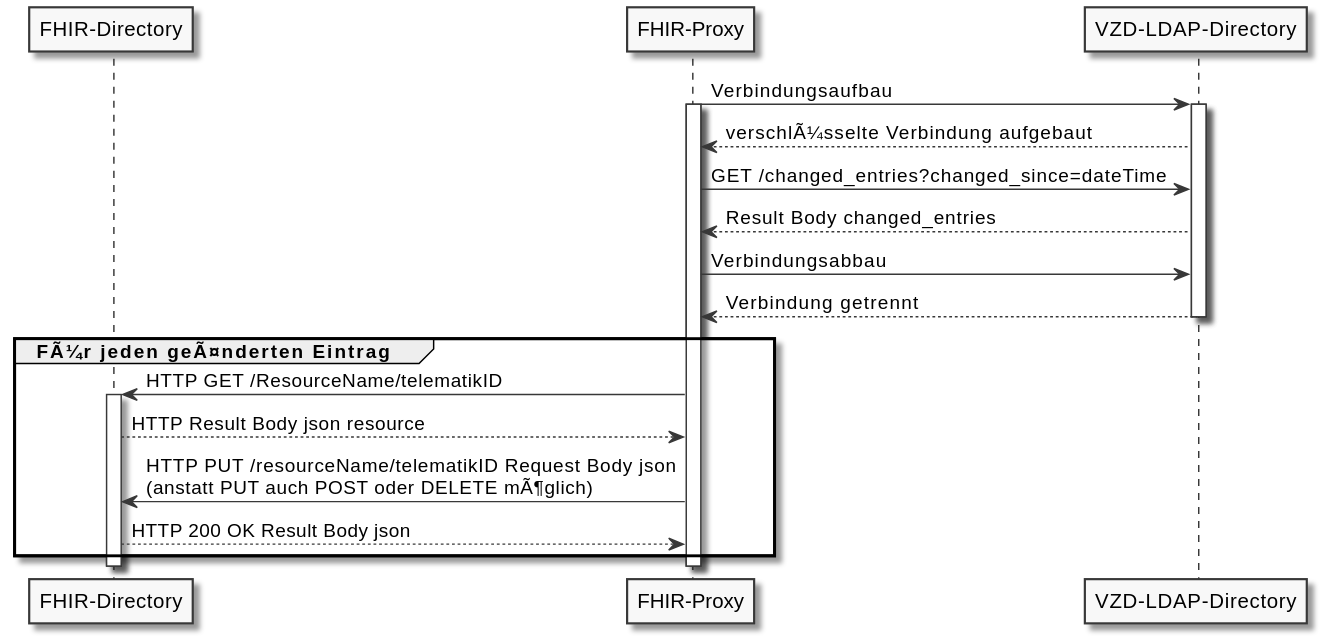
This is images/plantuml/FHIR-Directory, Sequenzdiagram Aktualisierung der Basiseinträge.svg from gematik/api-vzd, a PlantUML export, as it was before one commit. Source of this version:
```plantuml
@startuml
skinparam dpi 100
skinparam WrapWidth 200
skinparam monochrome true

participant fd as "FHIR-Directory"
participant fp as "FHIR-Proxy"
participant ld as "VZD-LDAP-Directory"

fp -> ld: Verbindungsaufbau
activate fp
activate ld
ld --> fp: verschlÃ¼sselte Verbindung aufgebaut
fp -> ld: GET /changed_entries?changed_since=dateTime
ld --> fp: Result Body changed_entries
fp -> ld: Verbindungsabbau
ld --> fp: Verbindung getrennt
deactivate ld
group FÃ¼r jeden geÃ¤nderten Eintrag
fp -> fd: HTTP GET /ResourceName/telematikID
activate fd
fd --> fp: HTTP Result Body json resource
fp -> fd: HTTP PUT /resourceName/telematikID Request Body json\n(anstatt PUT auch POST oder DELETE mÃ¶glich)
fd --> fp: HTTP 200 OK Result Body json
end
deactivate fp
deactivate fd
@enduml
```
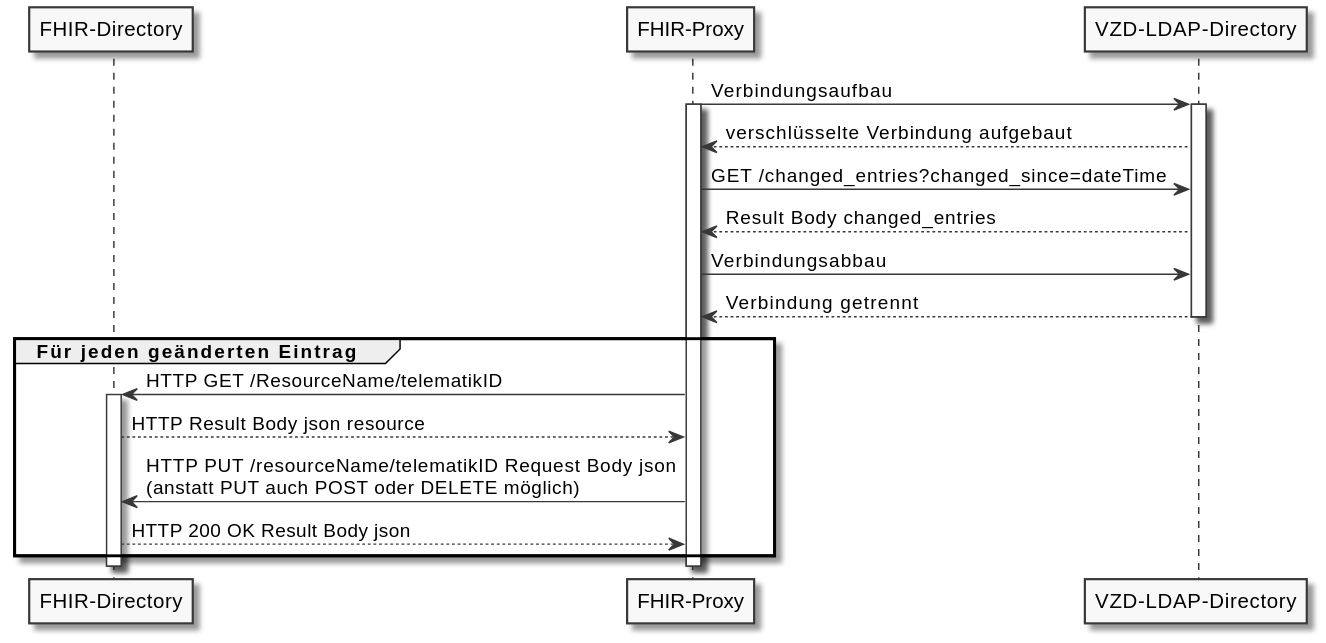
The same file after the commit.

Diff of the diagram source:
```diff
@@ -10,17 +10,17 @@
 fp -> ld: Verbindungsaufbau
 activate fp
 activate ld
-ld --> fp: verschlÃ¼sselte Verbindung aufgebaut
+ld --> fp: verschlüsselte Verbindung aufgebaut
 fp -> ld: GET /changed_entries?changed_since=dateTime
 ld --> fp: Result Body changed_entries
 fp -> ld: Verbindungsabbau
 ld --> fp: Verbindung getrennt
 deactivate ld
-group FÃ¼r jeden geÃ¤nderten Eintrag
+group Für jeden geänderten Eintrag
 fp -> fd: HTTP GET /ResourceName/telematikID
 activate fd
 fd --> fp: HTTP Result Body json resource
-fp -> fd: HTTP PUT /resourceName/telematikID Request Body json\n(anstatt PUT auch POST oder DELETE mÃ¶glich)
+fp -> fd: HTTP PUT /resourceName/telematikID Request Body json\n(anstatt PUT auch POST oder DELETE möglich)
 fd --> fp: HTTP 200 OK Result Body json
 end
 deactivate fp
```
